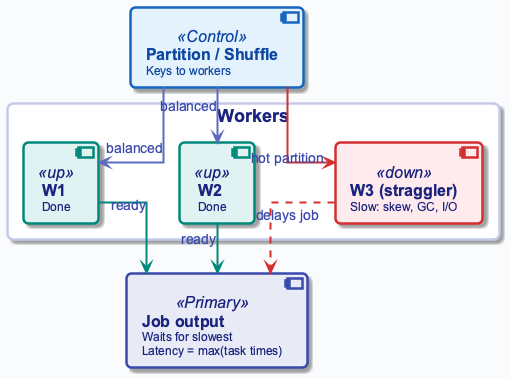
Earlier version of the PlantUML export diagrams/week03/week3_straggler.png (OrPerets/data-engineering-course). Source of this version:
```plantuml
@startuml
!include ../_template_styles.puml
top to bottom direction

component "**Partition / Shuffle**\n<size:12>Keys to workers</size>" as PART <<Control>>

rectangle "Workers" #FFFFFF {
    component "**W1**\n<size:12>Done</size>" as W1 <<up>>
    component "**W2**\n<size:12>Done</size>" as W2 <<up>>
    component "**W3 (straggler)**\n<size:12>Slow: skew, GC, I/O</size>" as W3 <<down>>
    W1 -[hidden]right- W2
    W2 -[hidden]right- W3
}

component "**Job output**\n<size:12>Waits for slowest</size>\n<size:12>Latency = max(task times)</size>" as OUT <<Primary>>

PART -down[#5C6BC0,thickness=2]-> W1 : <color:#3949AB>balanced</color>
PART -down[#5C6BC0,thickness=2]-> W2 : <color:#3949AB>balanced</color>
PART -down[#D32F2F,thickness=2]-> W3 : <color:#3949AB>hot partition</color>

W1 -down[#00897B,thickness=2]-> OUT : <color:#3949AB>ready</color>
W2 -down[#00897B,thickness=2]-> OUT : <color:#3949AB>ready</color>
W3 -down[#D32F2F,dashed,thickness=2]-> OUT : <color:#3949AB>delays job</color>

@enduml
```
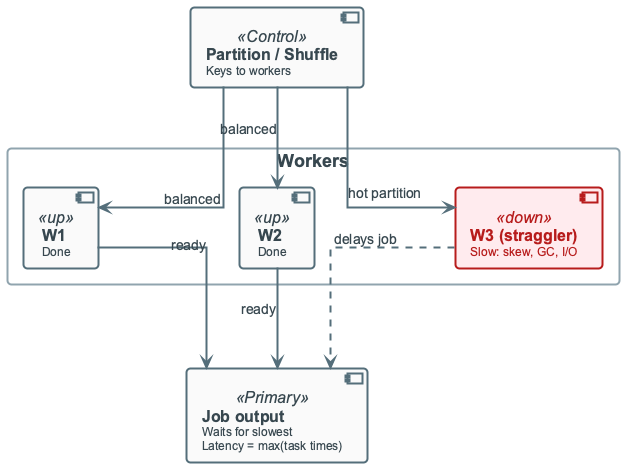
The same diagram one commit later.

The edit, as a diff of the source:
```diff
@@ -14,12 +14,12 @@
 
 component "**Job output**\n<size:12>Waits for slowest</size>\n<size:12>Latency = max(task times)</size>" as OUT <<Primary>>
 
-PART -down[#5C6BC0,thickness=2]-> W1 : <color:#3949AB>balanced</color>
-PART -down[#5C6BC0,thickness=2]-> W2 : <color:#3949AB>balanced</color>
-PART -down[#D32F2F,thickness=2]-> W3 : <color:#3949AB>hot partition</color>
+PART -down-> W1 : balanced
+PART -down-> W2 : balanced
+PART -down-> W3 : hot partition
 
-W1 -down[#00897B,thickness=2]-> OUT : <color:#3949AB>ready</color>
-W2 -down[#00897B,thickness=2]-> OUT : <color:#3949AB>ready</color>
-W3 -down[#D32F2F,dashed,thickness=2]-> OUT : <color:#3949AB>delays job</color>
+W1 -down-> OUT : ready
+W2 -down-> OUT : ready
+W3 -down[dashed]-> OUT : delays job
 
 @enduml
```
